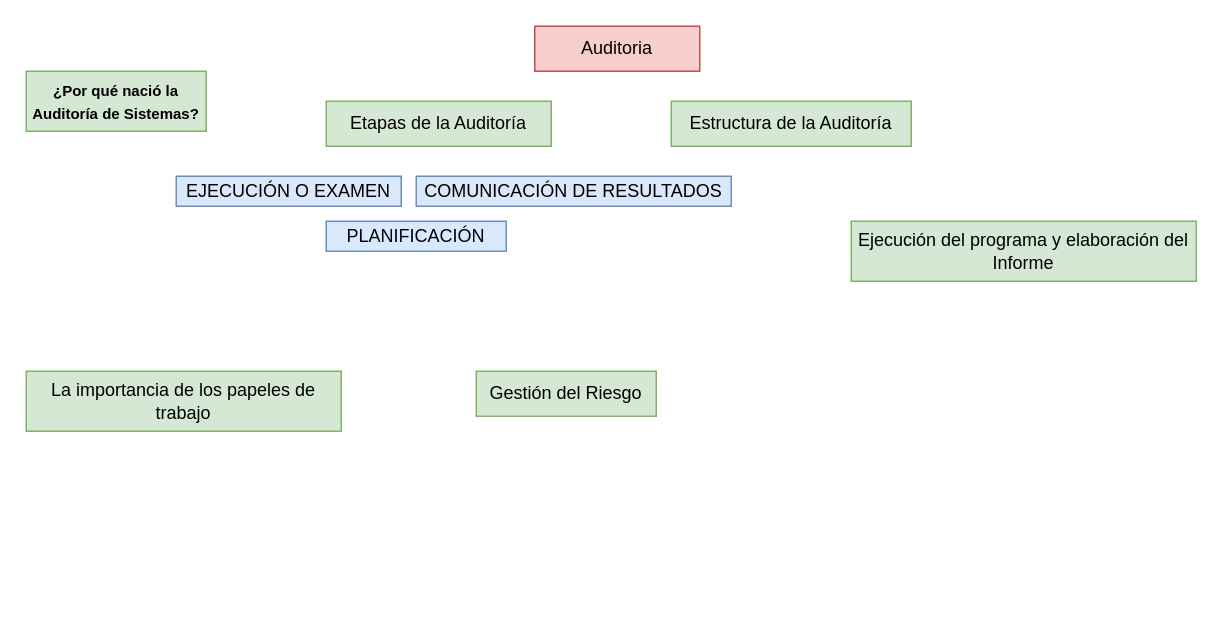
yeco96/diagramsAPP keeps this draw.io diagram as Untitled Diagram.drawio. Above is the earlier version. Source tidied: cells renumbered, new cells numbered last; positions are measured from the earlier drawing's top-left corner, leaving out a move shared by most shapes. Both pictures are drawn from the tidied source at 150%, with x=0, y=0 at pixel (26, 26).
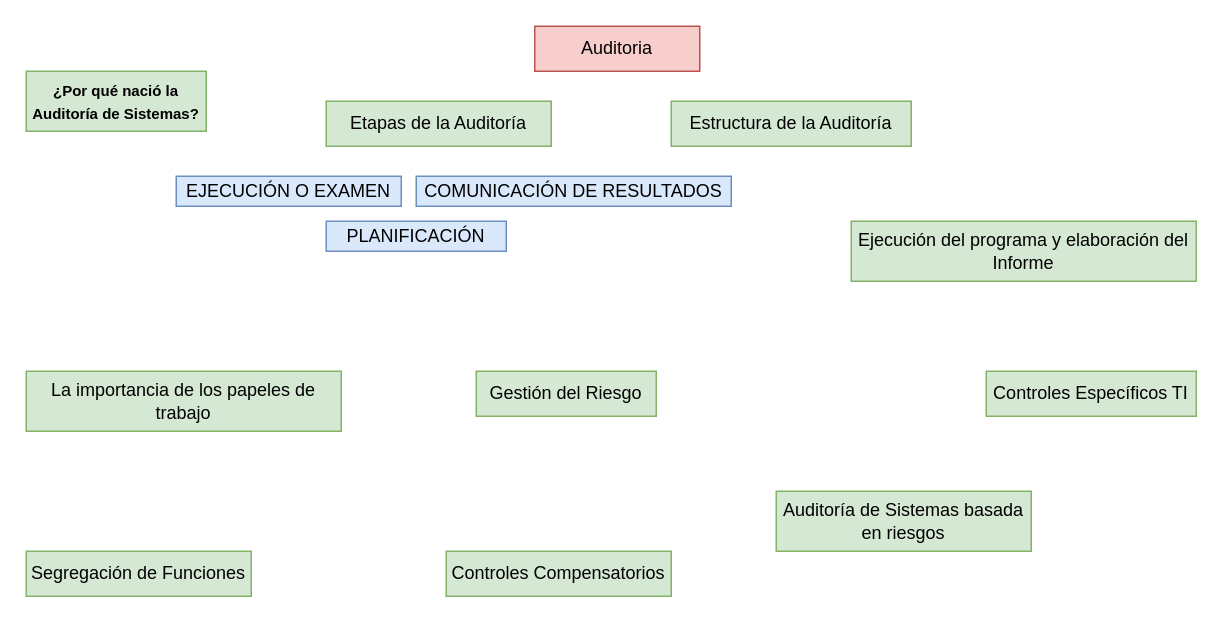
The same diagram, later.

What changed in the source:
```diff
@@
 <mxGraphModel>
   <root>
     <mxCell id="0" />
     <mxCell id="1" parent="0" />
     <mxCell id="2" value="Auditoria" style="rounded=0;whiteSpace=wrap;html=1;fillColor=#f8cecc;strokeColor=#b85450;" parent="1" vertex="1">
       <mxGeometry x="339" width="110" height="30" as="geometry" />
     </mxCell>
     <mxCell id="3" value="&lt;font face=&quot;arial&quot;&gt;&lt;span style=&quot;font-size: 10px&quot;&gt;&lt;b&gt;¿Por qué nació la Auditoría de Sistemas?&lt;/b&gt;&lt;/span&gt;&lt;/font&gt;" style="rounded=0;whiteSpace=wrap;html=1;fillColor=#d5e8d4;strokeColor=#82b366;" parent="1" vertex="1">
       <mxGeometry y="30" width="120" height="40" as="geometry" />
     </mxCell>
     <mxCell id="4" value="Etapas de la Auditoría" style="rounded=0;whiteSpace=wrap;html=1;fillColor=#d5e8d4;strokeColor=#82b366;" parent="1" vertex="1">
       <mxGeometry x="200" y="50" width="150" height="30" as="geometry" />
     </mxCell>
     <mxCell id="5" value="EJECUCIÓN O EXAMEN" style="rounded=0;whiteSpace=wrap;html=1;fillColor=#dae8fc;strokeColor=#6c8ebf;" parent="1" vertex="1">
       <mxGeometry x="100" y="100" width="150" height="20" as="geometry" />
     </mxCell>
     <mxCell id="6" value="COMUNICACIÓN DE RESULTADOS" style="rounded=0;whiteSpace=wrap;html=1;fillColor=#dae8fc;strokeColor=#6c8ebf;" parent="1" vertex="1">
       <mxGeometry x="260" y="100" width="210" height="20" as="geometry" />
     </mxCell>
     <mxCell id="7" value="PLANIFICACIÓN" style="rounded=0;whiteSpace=wrap;html=1;fillColor=#dae8fc;strokeColor=#6c8ebf;" parent="1" vertex="1">
       <mxGeometry x="200" y="130" width="120" height="20" as="geometry" />
     </mxCell>
     <mxCell id="8" value="Estructura de la Auditoría" style="rounded=0;whiteSpace=wrap;html=1;fillColor=#d5e8d4;strokeColor=#82b366;" parent="1" vertex="1">
       <mxGeometry x="430" y="50" width="160" height="30" as="geometry" />
     </mxCell>
     <mxCell id="9" value="Ejecución del programa y elaboración del Informe" style="rounded=0;whiteSpace=wrap;html=1;fillColor=#d5e8d4;strokeColor=#82b366;" parent="1" vertex="1">
       <mxGeometry x="550" y="130" width="230" height="40" as="geometry" />
     </mxCell>
     <mxCell id="10" value="La importancia de los papeles de trabajo" style="rounded=0;whiteSpace=wrap;html=1;fillColor=#d5e8d4;strokeColor=#82b366;" parent="1" vertex="1">
       <mxGeometry y="230" width="210" height="40" as="geometry" />
     </mxCell>
     <mxCell id="11" value="Gestión del Riesgo" style="rounded=0;whiteSpace=wrap;html=1;fillColor=#d5e8d4;strokeColor=#82b366;" parent="1" vertex="1">
       <mxGeometry x="300" y="230" width="120" height="30" as="geometry" />
     </mxCell>
+    <mxCell id="12" value="Controles Específicos TI" style="rounded=0;whiteSpace=wrap;html=1;fillColor=#d5e8d4;strokeColor=#82b366;" parent="1" vertex="1">
+      <mxGeometry x="640" y="230" width="140" height="30" as="geometry" />
+    </mxCell>
+    <mxCell id="13" value="Segregación de Funciones" style="rounded=0;whiteSpace=wrap;html=1;fillColor=#d5e8d4;strokeColor=#82b366;" parent="1" vertex="1">
+      <mxGeometry y="350" width="150" height="30" as="geometry" />
+    </mxCell>
+    <mxCell id="14" value="Controles Compensatorios" style="rounded=0;whiteSpace=wrap;html=1;fillColor=#d5e8d4;strokeColor=#82b366;" parent="1" vertex="1">
+      <mxGeometry x="280" y="350" width="150" height="30" as="geometry" />
+    </mxCell>
+    <mxCell id="15" value="Auditoría de Sistemas basada en riesgos" style="rounded=0;whiteSpace=wrap;html=1;fillColor=#d5e8d4;strokeColor=#82b366;" parent="1" vertex="1">
+      <mxGeometry x="500" y="310" width="170" height="40" as="geometry" />
+    </mxCell>
   </root>
 </mxGraphModel>
```
